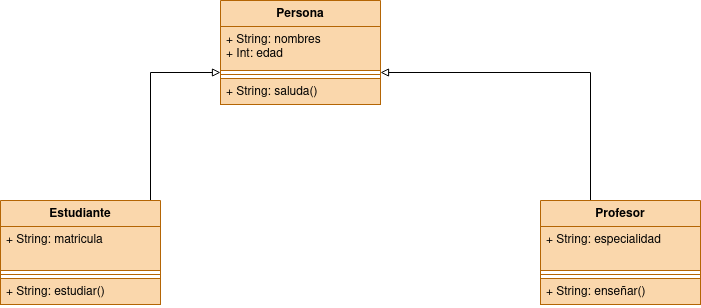
Above: imagenes/diagrama-clases.png in alejandrosalazargonzalez/gestion-academica (draw.io), before the change. Source tidied: cells renumbered, new cells last; positions are measured from the earlier drawing's top-left corner, leaving out a move shared by most shapes.
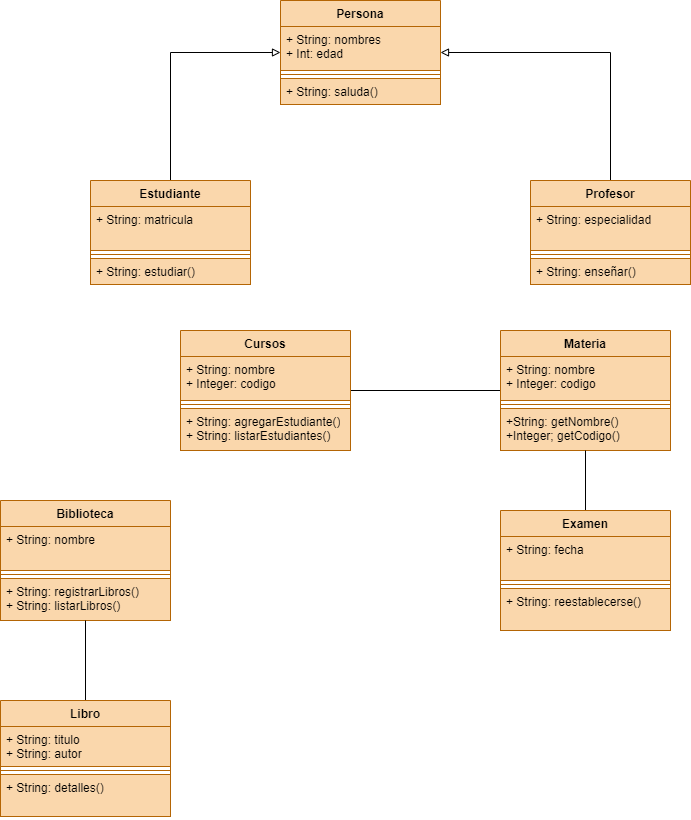
The same diagram one commit later.

Diff of the diagram source:
```diff
@@ -3,14 +3,14 @@
     <mxCell id="0" />
     <mxCell id="1" parent="0" />
     <mxCell id="2" value="Persona" style="swimlane;fontStyle=1;align=center;verticalAlign=top;horizontal=1;startSize=26;whiteSpace=wrap;html=1;fillColor=#fad7ac;strokeColor=#b46504;" parent="1" vertex="1">
-      <mxGeometry x="220" width="160" height="104" as="geometry" />
+      <mxGeometry x="260" y="20" width="160" height="104" as="geometry" />
     </mxCell>
     <mxCell id="3" value="&lt;div&gt;+ String: nombres&lt;/div&gt;&lt;div&gt;+ Int: edad&lt;br&gt;&lt;/div&gt;" style="text;strokeColor=#b46504;fillColor=#fad7ac;align=left;verticalAlign=top;spacingLeft=4;spacingRight=4;overflow=hidden;whiteSpace=wrap;html=1;" parent="2" vertex="1">
       <mxGeometry y="26" width="160" height="44" as="geometry" />
     </mxCell>
-    <mxCell id="4" style="line;strokeWidth=1;fillColor=#fad7ac;align=left;verticalAlign=middle;spacingTop=-1;spacingLeft=3;spacingRight=3;labelPosition=right;strokeColor=#b46504;" parent="2" vertex="1">
-      <mxGeometry y="70" width="160" height="8" as="geometry" />
-    </mxCell>
+    <mxCell id="16" style="line;strokeWidth=1;fillColor=#fad7ac;align=left;verticalAlign=middle;spacingTop=-1;spacingLeft=3;spacingRight=3;labelPosition=right;strokeColor=#b46504;" parent="2" vertex="1">
+      <mxGeometry y="70" width="160" height="8" as="geometry" />
+    </mxCell>
     <mxCell id="5" value="+ String: saluda()" style="text;strokeColor=#b46504;fillColor=#fad7ac;align=left;verticalAlign=top;spacingLeft=4;spacingRight=4;overflow=hidden;whiteSpace=wrap;html=1;" parent="2" vertex="1">
       <mxGeometry y="78" width="160" height="26" as="geometry" />
     </mxCell>
@@ -22,14 +22,14 @@
       </mxGeometry>
     </mxCell>
     <mxCell id="7" value="Estudiante" style="swimlane;fontStyle=1;align=center;verticalAlign=top;horizontal=1;startSize=26;whiteSpace=wrap;html=1;fillColor=#fad7ac;strokeColor=#b46504;" parent="1" vertex="1">
-      <mxGeometry y="200" width="160" height="104" as="geometry" />
+      <mxGeometry x="70" y="200" width="160" height="104" as="geometry" />
     </mxCell>
     <mxCell id="8" value="&lt;div&gt;+ String: matricula&lt;br&gt;&lt;/div&gt;" style="text;strokeColor=#b46504;fillColor=#fad7ac;align=left;verticalAlign=top;spacingLeft=4;spacingRight=4;overflow=hidden;whiteSpace=wrap;html=1;" parent="7" vertex="1">
       <mxGeometry y="26" width="160" height="44" as="geometry" />
     </mxCell>
-    <mxCell id="9" style="line;strokeWidth=1;fillColor=#fad7ac;align=left;verticalAlign=middle;spacingTop=-1;spacingLeft=3;spacingRight=3;labelPosition=right;strokeColor=#b46504;" parent="7" vertex="1">
-      <mxGeometry y="70" width="160" height="8" as="geometry" />
-    </mxCell>
+    <mxCell id="17" style="line;strokeWidth=1;fillColor=#fad7ac;align=left;verticalAlign=middle;spacingTop=-1;spacingLeft=3;spacingRight=3;labelPosition=right;strokeColor=#b46504;" parent="7" vertex="1">
+      <mxGeometry y="70" width="160" height="8" as="geometry" />
+    </mxCell>
     <mxCell id="10" value="+ String: estudiar()" style="text;strokeColor=#b46504;fillColor=#fad7ac;align=left;verticalAlign=top;spacingLeft=4;spacingRight=4;overflow=hidden;whiteSpace=wrap;html=1;" parent="7" vertex="1">
       <mxGeometry y="78" width="160" height="26" as="geometry" />
     </mxCell>
@@ -41,16 +41,85 @@
       </mxGeometry>
     </mxCell>
     <mxCell id="12" value="Profesor" style="swimlane;fontStyle=1;align=center;verticalAlign=top;horizontal=1;startSize=26;whiteSpace=wrap;html=1;fillColor=#fad7ac;strokeColor=#b46504;" parent="1" vertex="1">
-      <mxGeometry x="540" y="200" width="160" height="104" as="geometry" />
+      <mxGeometry x="510" y="200" width="160" height="104" as="geometry" />
     </mxCell>
     <mxCell id="13" value="&lt;div&gt;+ String: especialidad&lt;/div&gt;&lt;div&gt;&lt;br&gt;&lt;/div&gt;" style="text;strokeColor=#b46504;fillColor=#fad7ac;align=left;verticalAlign=top;spacingLeft=4;spacingRight=4;overflow=hidden;whiteSpace=wrap;html=1;" parent="12" vertex="1">
       <mxGeometry y="26" width="160" height="44" as="geometry" />
     </mxCell>
-    <mxCell id="14" style="line;strokeWidth=1;fillColor=#fad7ac;align=left;verticalAlign=middle;spacingTop=-1;spacingLeft=3;spacingRight=3;labelPosition=right;strokeColor=#b46504;" parent="12" vertex="1">
-      <mxGeometry y="70" width="160" height="8" as="geometry" />
-    </mxCell>
+    <mxCell id="18" style="line;strokeWidth=1;fillColor=#fad7ac;align=left;verticalAlign=middle;spacingTop=-1;spacingLeft=3;spacingRight=3;labelPosition=right;strokeColor=#b46504;" parent="12" vertex="1">
+      <mxGeometry y="70" width="160" height="8" as="geometry" />
+    </mxCell>
     <mxCell id="15" value="+ String: enseñar()" style="text;strokeColor=#b46504;fillColor=#fad7ac;align=left;verticalAlign=top;spacingLeft=4;spacingRight=4;overflow=hidden;whiteSpace=wrap;html=1;" parent="12" vertex="1">
       <mxGeometry y="78" width="160" height="26" as="geometry" />
     </mxCell>
+    <mxCell id="19" style="edgeStyle=orthogonalEdgeStyle;rounded=0;jettySize=auto;html=1;endArrow=none;endFill=0;" parent="1" edge="1" source="20" target="24">
+      <mxGeometry relative="1" as="geometry" />
+    </mxCell>
+    <mxCell id="20" value="Cursos" style="swimlane;fontStyle=1;align=center;verticalAlign=top;horizontal=1;startSize=26;whiteSpace=wrap;html=1;fillColor=#fad7ac;strokeColor=#b46504;" parent="1" vertex="1">
+      <mxGeometry x="160" y="350" width="170" height="120" as="geometry" />
+    </mxCell>
+    <mxCell id="21" value="&lt;div&gt;+ String: nombre&lt;br&gt;&lt;/div&gt;&lt;div&gt;+ Integer: codigo&lt;/div&gt;" style="text;strokeColor=#b46504;fillColor=#fad7ac;align=left;verticalAlign=top;spacingLeft=4;spacingRight=4;overflow=hidden;whiteSpace=wrap;html=1;" parent="20" vertex="1">
+      <mxGeometry y="26" width="170" height="44" as="geometry" />
+    </mxCell>
+    <mxCell id="22" style="line;strokeWidth=1;fillColor=#fad7ac;align=left;verticalAlign=middle;spacingTop=-1;spacingLeft=3;spacingRight=3;labelPosition=right;strokeColor=#b46504;" parent="20" vertex="1">
+      <mxGeometry y="70" width="170" height="8" as="geometry" />
+    </mxCell>
+    <mxCell id="23" value="+ String: agregarEstudiante()&lt;div&gt;+ String: listarEstudiantes()&lt;/div&gt;" style="text;strokeColor=#b46504;fillColor=#fad7ac;align=left;verticalAlign=top;spacingLeft=4;spacingRight=4;overflow=hidden;whiteSpace=wrap;html=1;" parent="20" vertex="1">
+      <mxGeometry y="78" width="170" height="42" as="geometry" />
+    </mxCell>
+    <mxCell id="24" value="Materia" style="swimlane;fontStyle=1;align=center;verticalAlign=top;horizontal=1;startSize=26;whiteSpace=wrap;html=1;fillColor=#fad7ac;strokeColor=#b46504;" parent="1" vertex="1">
+      <mxGeometry x="480" y="350" width="170" height="120" as="geometry" />
+    </mxCell>
+    <mxCell id="25" value="&lt;div&gt;+ String: nombre&lt;br&gt;&lt;/div&gt;&lt;div&gt;+ Integer: codigo&lt;/div&gt;" style="text;strokeColor=#b46504;fillColor=#fad7ac;align=left;verticalAlign=top;spacingLeft=4;spacingRight=4;overflow=hidden;whiteSpace=wrap;html=1;" parent="24" vertex="1">
+      <mxGeometry y="26" width="170" height="44" as="geometry" />
+    </mxCell>
+    <mxCell id="26" style="line;strokeWidth=1;fillColor=#fad7ac;align=left;verticalAlign=middle;spacingTop=-1;spacingLeft=3;spacingRight=3;labelPosition=right;strokeColor=#b46504;" parent="24" vertex="1">
+      <mxGeometry y="70" width="170" height="8" as="geometry" />
+    </mxCell>
+    <mxCell id="27" value="+String: getNombre()&lt;div&gt;+Integer; getCodigo()&lt;/div&gt;" style="text;strokeColor=#b46504;fillColor=#fad7ac;align=left;verticalAlign=top;spacingLeft=4;spacingRight=4;overflow=hidden;whiteSpace=wrap;html=1;" parent="24" vertex="1">
+      <mxGeometry y="78" width="170" height="42" as="geometry" />
+    </mxCell>
+    <mxCell id="28" style="edgeStyle=orthogonalEdgeStyle;rounded=0;jettySize=auto;html=1;endArrow=none;endFill=0;" parent="1" edge="1" source="29" target="24">
+      <mxGeometry relative="1" as="geometry" />
+    </mxCell>
+    <mxCell id="29" value="Examen" style="swimlane;fontStyle=1;align=center;verticalAlign=top;horizontal=1;startSize=26;whiteSpace=wrap;html=1;fillColor=#fad7ac;strokeColor=#b46504;" parent="1" vertex="1">
+      <mxGeometry x="480" y="530" width="170" height="120" as="geometry" />
+    </mxCell>
+    <mxCell id="30" value="&lt;div&gt;+ String: fecha&lt;/div&gt;" style="text;strokeColor=#b46504;fillColor=#fad7ac;align=left;verticalAlign=top;spacingLeft=4;spacingRight=4;overflow=hidden;whiteSpace=wrap;html=1;" parent="29" vertex="1">
+      <mxGeometry y="26" width="170" height="44" as="geometry" />
+    </mxCell>
+    <mxCell id="31" style="line;strokeWidth=1;fillColor=#fad7ac;align=left;verticalAlign=middle;spacingTop=-1;spacingLeft=3;spacingRight=3;labelPosition=right;strokeColor=#b46504;" parent="29" vertex="1">
+      <mxGeometry y="70" width="170" height="8" as="geometry" />
+    </mxCell>
+    <mxCell id="32" value="+ String: reestablecerse()" style="text;strokeColor=#b46504;fillColor=#fad7ac;align=left;verticalAlign=top;spacingLeft=4;spacingRight=4;overflow=hidden;whiteSpace=wrap;html=1;" parent="29" vertex="1">
+      <mxGeometry y="78" width="170" height="42" as="geometry" />
+    </mxCell>
+    <mxCell id="33" value="Biblioteca" style="swimlane;fontStyle=1;align=center;verticalAlign=top;horizontal=1;startSize=26;whiteSpace=wrap;html=1;fillColor=#fad7ac;strokeColor=#b46504;" parent="1" vertex="1">
+      <mxGeometry x="-20" y="520" width="170" height="120" as="geometry" />
+    </mxCell>
+    <mxCell id="34" value="&lt;div&gt;+ String: nombre&lt;/div&gt;" style="text;strokeColor=#b46504;fillColor=#fad7ac;align=left;verticalAlign=top;spacingLeft=4;spacingRight=4;overflow=hidden;whiteSpace=wrap;html=1;" parent="33" vertex="1">
+      <mxGeometry y="26" width="170" height="44" as="geometry" />
+    </mxCell>
+    <mxCell id="35" style="line;strokeWidth=1;fillColor=#fad7ac;align=left;verticalAlign=middle;spacingTop=-1;spacingLeft=3;spacingRight=3;labelPosition=right;strokeColor=#b46504;" parent="33" vertex="1">
+      <mxGeometry y="70" width="170" height="8" as="geometry" />
+    </mxCell>
+    <mxCell id="36" value="+ String: registrarLibros()&lt;div&gt;+ String: listarLibros()&lt;/div&gt;" style="text;strokeColor=#b46504;fillColor=#fad7ac;align=left;verticalAlign=top;spacingLeft=4;spacingRight=4;overflow=hidden;whiteSpace=wrap;html=1;" parent="33" vertex="1">
+      <mxGeometry y="78" width="170" height="42" as="geometry" />
+    </mxCell>
+    <mxCell id="37" style="edgeStyle=orthogonalEdgeStyle;rounded=0;jettySize=auto;html=1;endArrow=none;endFill=0;" parent="1" edge="1" source="38" target="33">
+      <mxGeometry relative="1" as="geometry" />
+    </mxCell>
+    <mxCell id="38" value="Libro" style="swimlane;fontStyle=1;align=center;verticalAlign=top;horizontal=1;startSize=26;whiteSpace=wrap;html=1;fillColor=#fad7ac;strokeColor=#b46504;" parent="1" vertex="1">
+      <mxGeometry x="-20" y="720" width="170" height="116" as="geometry" />
+    </mxCell>
+    <mxCell id="39" value="&lt;div&gt;+ String: titulo&lt;br&gt;&lt;/div&gt;&lt;div&gt;+ String: autor&lt;/div&gt;" style="text;strokeColor=#b46504;fillColor=#fad7ac;align=left;verticalAlign=top;spacingLeft=4;spacingRight=4;overflow=hidden;whiteSpace=wrap;html=1;" parent="38" vertex="1">
+      <mxGeometry y="26" width="170" height="40" as="geometry" />
+    </mxCell>
+    <mxCell id="40" style="line;strokeWidth=1;fillColor=#fad7ac;align=left;verticalAlign=middle;spacingTop=-1;spacingLeft=3;spacingRight=3;labelPosition=right;strokeColor=#b46504;" parent="38" vertex="1">
+      <mxGeometry y="66" width="170" height="8" as="geometry" />
+    </mxCell>
+    <mxCell id="41" value="+ String: detalles()" style="text;strokeColor=#b46504;fillColor=#fad7ac;align=left;verticalAlign=top;spacingLeft=4;spacingRight=4;overflow=hidden;whiteSpace=wrap;html=1;" parent="38" vertex="1">
+      <mxGeometry y="74" width="170" height="42" as="geometry" />
+    </mxCell>
   </root>
 </mxGraphModel>
```
